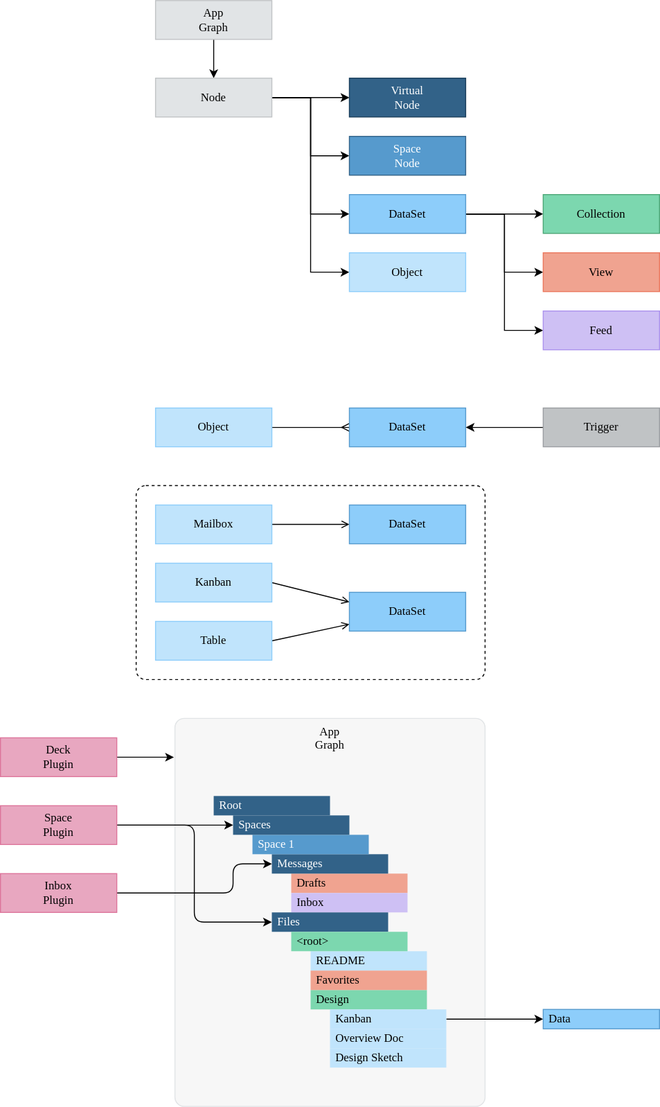
dxos/dxos keeps this draw.io diagram as packages/sdk/app-toolkit/docs/app-graph.drawio.svg. Above is the earlier version. Source tidied: cells renumbered, new cells last; positions are measured from the earlier drawing's top-left corner, leaving out a move shared by most shapes.
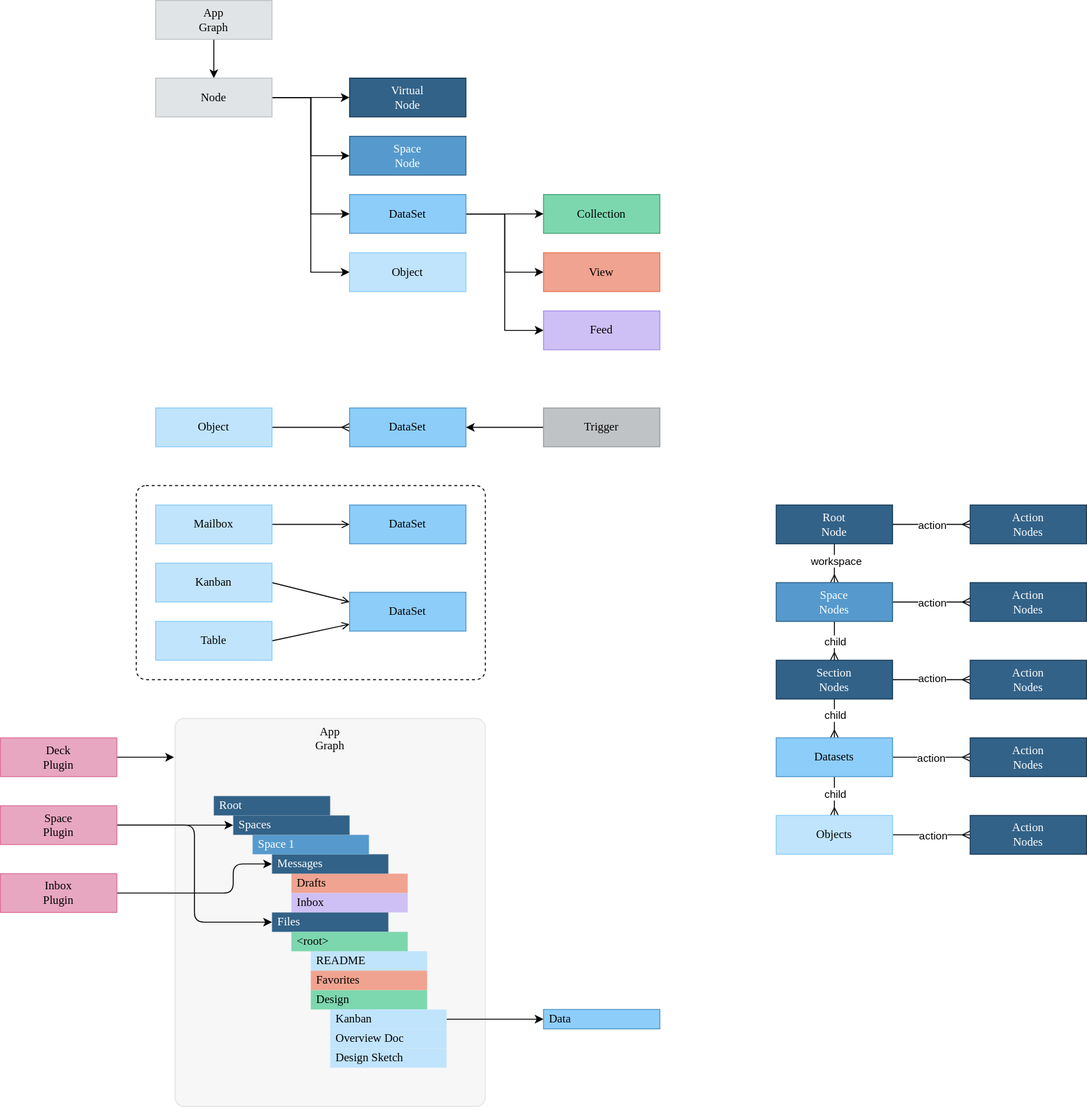
After the commit.

Change to the diagram source:
```diff
@@ -204,5 +204,103 @@
     <mxCell id="56" style="rounded=1;whiteSpace=wrap;html=1;dashed=1;fillColor=none;arcSize=5;" parent="1" vertex="1">
       <mxGeometry x="140" y="500" width="360" height="200" as="geometry" />
     </mxCell>
+    <mxCell id="57" style="edgeStyle=none;html=1;exitX=1;exitY=0.5;exitDx=0;exitDy=0;entryX=0;entryY=0.5;entryDx=0;entryDy=0;rounded=0;curved=0;endArrow=ERmany;endFill=0;" parent="1" edge="1" source="61" target="67">
+      <mxGeometry relative="1" as="geometry" />
+    </mxCell>
+    <mxCell id="58" value="action" style="edgeLabel;html=1;align=center;verticalAlign=middle;" parent="57" vertex="1">
+      <mxGeometry x="-0.42" y="-3" relative="1" as="geometry">
+        <mxPoint x="17" y="-3" as="offset" />
+      </mxGeometry>
+    </mxCell>
+    <mxCell id="59" style="edgeStyle=none;html=1;endArrow=ERmany;endFill=0;" parent="1" edge="1" source="61" target="66">
+      <mxGeometry relative="1" as="geometry" />
+    </mxCell>
+    <mxCell id="60" value="workspace" style="edgeLabel;html=1;align=center;verticalAlign=middle;" parent="59" vertex="1">
+      <mxGeometry x="-0.15" y="1" relative="1" as="geometry" />
+    </mxCell>
+    <mxCell id="61" value="&lt;font style=&quot;color: rgb(255, 255, 255);&quot;&gt;Root&lt;/font&gt;&lt;div&gt;&lt;font style=&quot;color: rgb(255, 255, 255);&quot;&gt;Node&lt;/font&gt;&lt;/div&gt;" style="rounded=0;whiteSpace=wrap;html=1;fillColor=#326288;fontColor=#FFFFFF;strokeColor=#193D5A;fontFamily=Space Grotesk;" parent="1" vertex="1">
+      <mxGeometry x="800" y="520" width="120" height="40" as="geometry" />
+    </mxCell>
+    <mxCell id="62" style="edgeStyle=none;html=1;endArrow=ERmany;endFill=0;" parent="1" edge="1" source="66" target="72">
+      <mxGeometry relative="1" as="geometry" />
+    </mxCell>
+    <mxCell id="63" value="child" style="edgeLabel;html=1;align=center;verticalAlign=middle;" parent="62" vertex="1">
+      <mxGeometry x="-0.35" y="-1" relative="1" as="geometry">
+        <mxPoint x="1" y="7" as="offset" />
+      </mxGeometry>
+    </mxCell>
+    <mxCell id="64" style="edgeStyle=none;html=1;endArrow=ERmany;endFill=0;" parent="1" edge="1" source="66" target="82">
+      <mxGeometry relative="1" as="geometry" />
+    </mxCell>
+    <mxCell id="65" value="action" style="edgeLabel;html=1;align=center;verticalAlign=middle;" parent="64" vertex="1">
+      <mxGeometry x="-0.12" y="4" relative="1" as="geometry">
+        <mxPoint x="5" y="4" as="offset" />
+      </mxGeometry>
+    </mxCell>
+    <mxCell id="66" value="Space&lt;br&gt;Nodes" style="rounded=0;whiteSpace=wrap;html=1;fillColor=#569ACD;fontColor=#FFFFFF;strokeColor=#326288;fontFamily=Space Grotesk;" parent="1" vertex="1">
+      <mxGeometry x="800" y="600" width="120" height="40" as="geometry" />
+    </mxCell>
+    <mxCell id="67" value="Action&lt;br&gt;&lt;div&gt;&lt;font style=&quot;color: rgb(255, 255, 255);&quot;&gt;Nodes&lt;/font&gt;&lt;/div&gt;" style="rounded=0;whiteSpace=wrap;html=1;fillColor=#326288;fontColor=#FFFFFF;strokeColor=#193D5A;fontFamily=Space Grotesk;" parent="1" vertex="1">
+      <mxGeometry x="1000" y="520" width="120" height="40" as="geometry" />
+    </mxCell>
+    <mxCell id="68" style="edgeStyle=none;html=1;endArrow=ERmany;endFill=0;" parent="1" edge="1" source="72" target="77">
+      <mxGeometry relative="1" as="geometry" />
+    </mxCell>
+    <mxCell id="69" value="child" style="edgeLabel;html=1;align=center;verticalAlign=middle;" parent="68" vertex="1">
+      <mxGeometry x="-0.2" y="1" relative="1" as="geometry">
+        <mxPoint x="-1" as="offset" />
+      </mxGeometry>
+    </mxCell>
+    <mxCell id="70" style="edgeStyle=none;html=1;endArrow=ERmany;endFill=0;" parent="1" edge="1" source="72" target="81">
+      <mxGeometry relative="1" as="geometry" />
+    </mxCell>
+    <mxCell id="71" value="action" style="edgeLabel;html=1;align=center;verticalAlign=middle;" parent="70" vertex="1">
+      <mxGeometry y="2" relative="1" as="geometry" />
+    </mxCell>
+    <mxCell id="72" value="Section&lt;br&gt;Nodes" style="rounded=0;whiteSpace=wrap;html=1;fillColor=#326288;fontColor=#FFFFFF;strokeColor=#193D5A;fontFamily=Space Grotesk;" parent="1" vertex="1">
+      <mxGeometry x="800" y="680" width="120" height="40" as="geometry" />
+    </mxCell>
+    <mxCell id="73" style="edgeStyle=none;html=1;endArrow=ERmany;endFill=0;" parent="1" edge="1" source="77" target="80">
+      <mxGeometry relative="1" as="geometry" />
+    </mxCell>
+    <mxCell id="74" value="child" style="edgeLabel;html=1;align=center;verticalAlign=middle;" parent="73" vertex="1">
+      <mxGeometry x="-0.15" y="-3" relative="1" as="geometry">
+        <mxPoint x="3" as="offset" />
+      </mxGeometry>
+    </mxCell>
+    <mxCell id="75" style="edgeStyle=none;html=1;endArrow=ERmany;endFill=0;" parent="1" edge="1" source="77" target="83">
+      <mxGeometry relative="1" as="geometry" />
+    </mxCell>
+    <mxCell id="76" value="action" style="edgeLabel;html=1;align=center;verticalAlign=middle;" parent="75" vertex="1">
+      <mxGeometry x="-0.03" y="-2" relative="1" as="geometry">
+        <mxPoint y="-2" as="offset" />
+      </mxGeometry>
+    </mxCell>
+    <mxCell id="77" value="Datasets" style="rounded=0;whiteSpace=wrap;html=1;fillColor=#8DCDFA;fontColor=#000000;strokeColor=#569ACD;fontFamily=Space Grotesk;" parent="1" vertex="1">
+      <mxGeometry x="800" y="760" width="120" height="40" as="geometry" />
+    </mxCell>
+    <mxCell id="78" style="edgeStyle=none;html=1;endArrow=ERmany;endFill=0;" parent="1" edge="1" source="80" target="84">
+      <mxGeometry relative="1" as="geometry" />
+    </mxCell>
+    <mxCell id="79" value="action" style="edgeLabel;html=1;align=center;verticalAlign=middle;" parent="78" vertex="1">
+      <mxGeometry x="0.03" y="4" relative="1" as="geometry">
+        <mxPoint y="4" as="offset" />
+      </mxGeometry>
+    </mxCell>
+    <mxCell id="80" value="Objects" style="rounded=0;whiteSpace=wrap;html=1;fillColor=#C0E4FC;fontColor=#000000;strokeColor=#8DCDFA;fontFamily=Space Grotesk;" parent="1" vertex="1">
+      <mxGeometry x="800" y="840" width="120" height="40" as="geometry" />
+    </mxCell>
+    <mxCell id="81" value="Action&lt;br&gt;&lt;div&gt;&lt;font style=&quot;color: rgb(255, 255, 255);&quot;&gt;Nodes&lt;/font&gt;&lt;/div&gt;" style="rounded=0;whiteSpace=wrap;html=1;fillColor=#326288;fontColor=#FFFFFF;strokeColor=#193D5A;fontFamily=Space Grotesk;" parent="1" vertex="1">
+      <mxGeometry x="1000" y="680" width="120" height="40" as="geometry" />
+    </mxCell>
+    <mxCell id="82" value="Action&lt;br&gt;&lt;div&gt;&lt;font style=&quot;color: rgb(255, 255, 255);&quot;&gt;Nodes&lt;/font&gt;&lt;/div&gt;" style="rounded=0;whiteSpace=wrap;html=1;fillColor=#326288;fontColor=#FFFFFF;strokeColor=#193D5A;fontFamily=Space Grotesk;" parent="1" vertex="1">
+      <mxGeometry x="1000" y="600" width="120" height="40" as="geometry" />
+    </mxCell>
+    <mxCell id="83" value="Action&lt;br&gt;&lt;div&gt;&lt;font style=&quot;color: rgb(255, 255, 255);&quot;&gt;Nodes&lt;/font&gt;&lt;/div&gt;" style="rounded=0;whiteSpace=wrap;html=1;fillColor=#326288;fontColor=#FFFFFF;strokeColor=#193D5A;fontFamily=Space Grotesk;" parent="1" vertex="1">
+      <mxGeometry x="1000" y="760" width="120" height="40" as="geometry" />
+    </mxCell>
+    <mxCell id="84" value="Action&lt;br&gt;&lt;div&gt;&lt;font style=&quot;color: rgb(255, 255, 255);&quot;&gt;Nodes&lt;/font&gt;&lt;/div&gt;" style="rounded=0;whiteSpace=wrap;html=1;fillColor=#326288;fontColor=#FFFFFF;strokeColor=#193D5A;fontFamily=Space Grotesk;" parent="1" vertex="1">
+      <mxGeometry x="1000" y="840" width="120" height="40" as="geometry" />
+    </mxCell>
   </root>
 </mxGraphModel>
```
